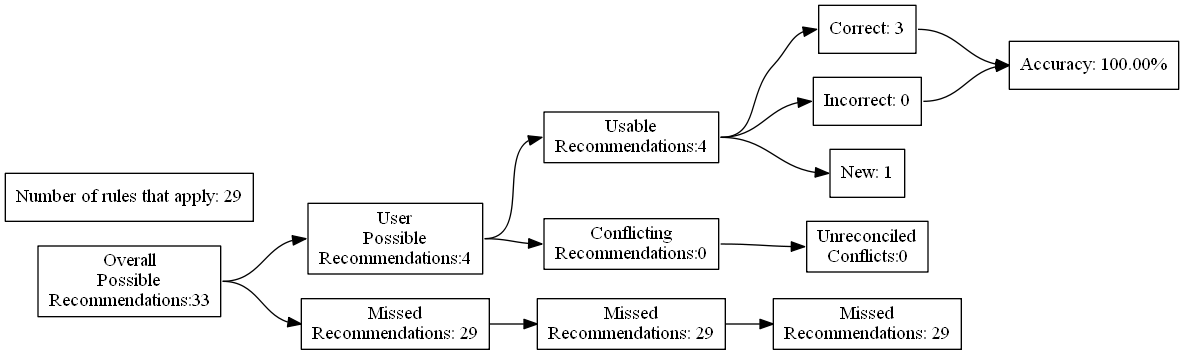
Above: test_renders/73.gv.png in ZaxR/ibd_diet_analysis (Graphviz), before the change. Its source is kept beside it as test_renders/73.gv.
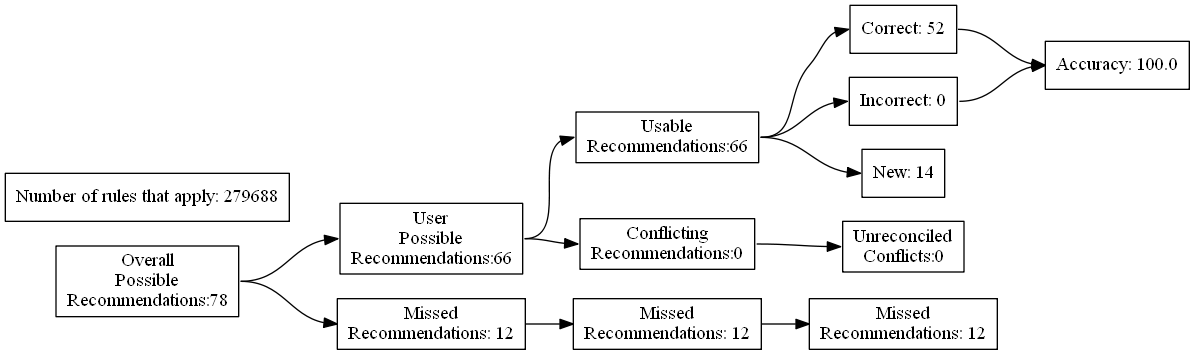
The same file after the commit.

The edit, as a diff of the source:
```diff
@@ -4,27 +4,27 @@
 	edge [headport=w tailport=e]
 		A [label="Overall
 Possible
-Recommendations:33"]
+Recommendations:78"]
 		B [label="User
 Possible
-Recommendations:4"]
+Recommendations:66"]
 		C [label="Missed
-Recommendations: 29"]
+Recommendations: 12"]
 		D [label="Usable
-Recommendations:4"]
+Recommendations:66"]
 		E [label="Conflicting
 Recommendations:0"]
 		J [label="Missed
-Recommendations: 29"]
+Recommendations: 12"]
 		M [label="Unreconciled
 Conflicts:0"]
-		F [label="Correct: 3"]
+		F [label="Correct: 52"]
 		G [label="Incorrect: 0"]
-		H [label="New: 1"]
+		H [label="New: 14"]
 		K [label="Missed
-Recommendations: 29"]
-		I [label="Accuracy: 100.00%"]
-		l [label="Number of rules that apply: 29"]
+Recommendations: 12"]
+		I [label="Accuracy: 100.0"]
+		l [label="Number of rules that apply: 279688"]
 			A -> B
 			A -> C
 			B -> D
```
